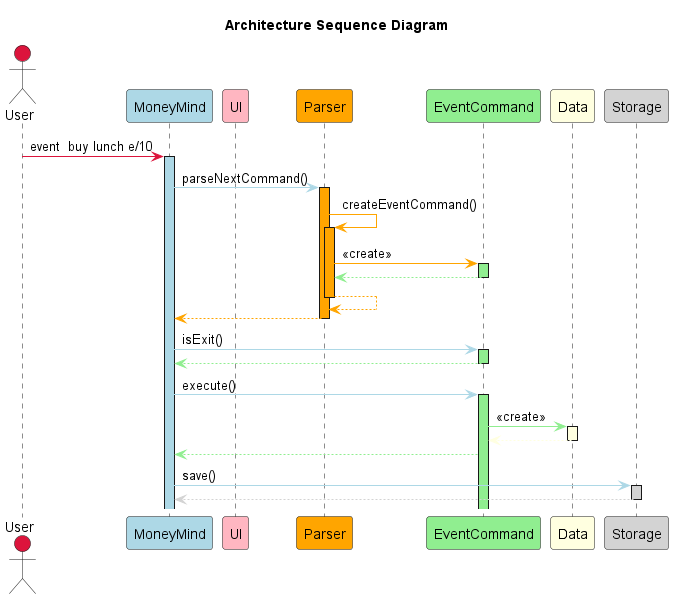
This is docs/images/ArchitectureSequence.png from nus-cs2113-AY2223S2/tp, a PlantUML export, as it was before one commit.
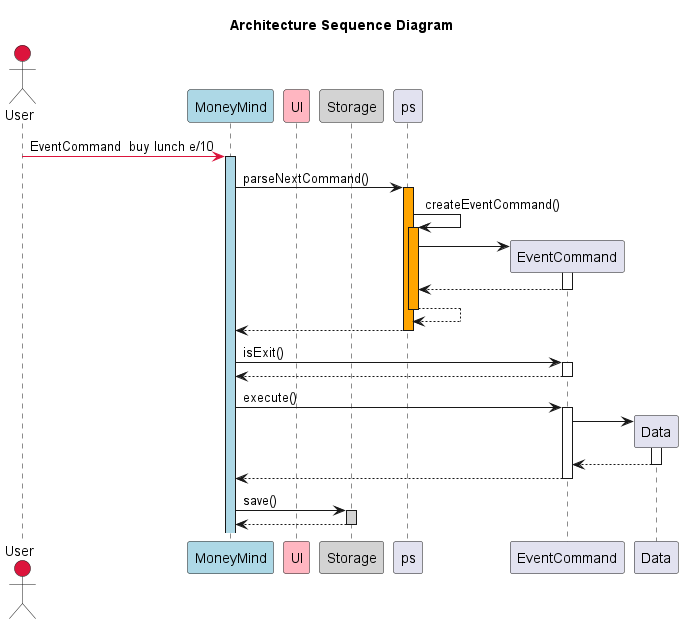
After the commit.

Commit message:
Ammend the constructors of the sequence diagram of overall Architecture

The edit, as a diff of the source:
```diff
@@ -5,46 +5,46 @@
 Actor User as user #crimson
 participant MoneyMind as mm #lightblue
 participant UI as ui #lightpink
-participant Parser as ps #orange
-participant EventCommand as event #lightgreen
-participant Data as data #lightyellow
 participant Storage as storage #lightgrey
 
 
 
-user -[#crimson]> mm : event  buy lunch e/10
+user -[#crimson]> mm : EventCommand  buy lunch e/10
 activate mm #lightblue
 
-mm -[#lightblue]> ps : parseNextCommand()
+mm -> ps : parseNextCommand()
 activate ps #orange
 
-ps -[#orange]> ps : createEventCommand()
+ps -> ps : createEventCommand()
 activate ps #orange
-ps -[#orange]> event : <<create>>
-activate event #lightgreen
-event --[#lightgreen]> ps
-deactivate event #lightgreen
-ps --[#orange]> ps
+create EventCommand
+ps -> EventCommand
+activate EventCommand
+EventCommand --> ps
+deactivate EventCommand
+ps --> ps
 deactivate ps #orange
-ps --[#orange]> mm
+ps --> mm
 deactivate ps #orange
 
-mm -[#lightblue]> event : isExit()
-activate event #lightgreen
-event --[#lightgreen]> mm
-deactivate event #lightgreen
+mm -> EventCommand : isExit()
+activate EventCommand
+EventCommand --> mm
+deactivate EventCommand
 
-mm -[#lightblue]> event : execute()
-activate event #lightgreen
-event -[#lightgreen]> data : <<create>>
-activate data #lightyellow
-data --[#lightyellow]> event
-deactivate data #lightyellow
-event --[#lightgreen]> mm
+mm -> EventCommand : execute()
+activate EventCommand
+create Data
+EventCommand -> Data
+activate Data
+Data --> EventCommand
+deactivate Data
+EventCommand --> mm
+deactivate EventCommand
 
-mm -[#lightblue]> storage : save()
+mm -> storage : save()
 activate storage #lightgrey
-storage --[#lightgrey]> mm
+storage --> mm
 deactivate storage #lightgrey
 
 
```
